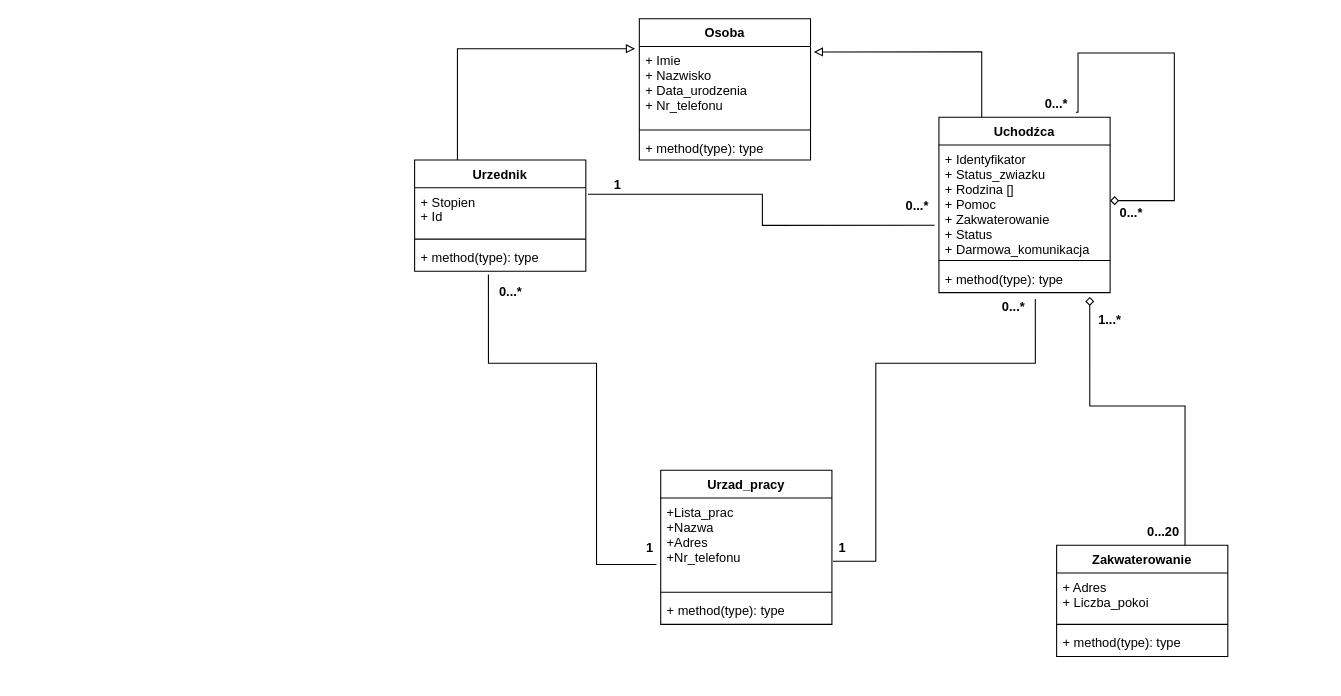
This is diagramy klas/diagram klas.drawio from TheRipSon/inzyneria-oprogramowania, a draw.io file, before an edit. Source tidied: cells renumbered, new cells numbered last; positions are measured from the earlier drawing's top-left corner, leaving out a move shared by most shapes. Both pictures are drawn from the tidied source at 107%, with x=0, y=0 at pixel (414, 18).
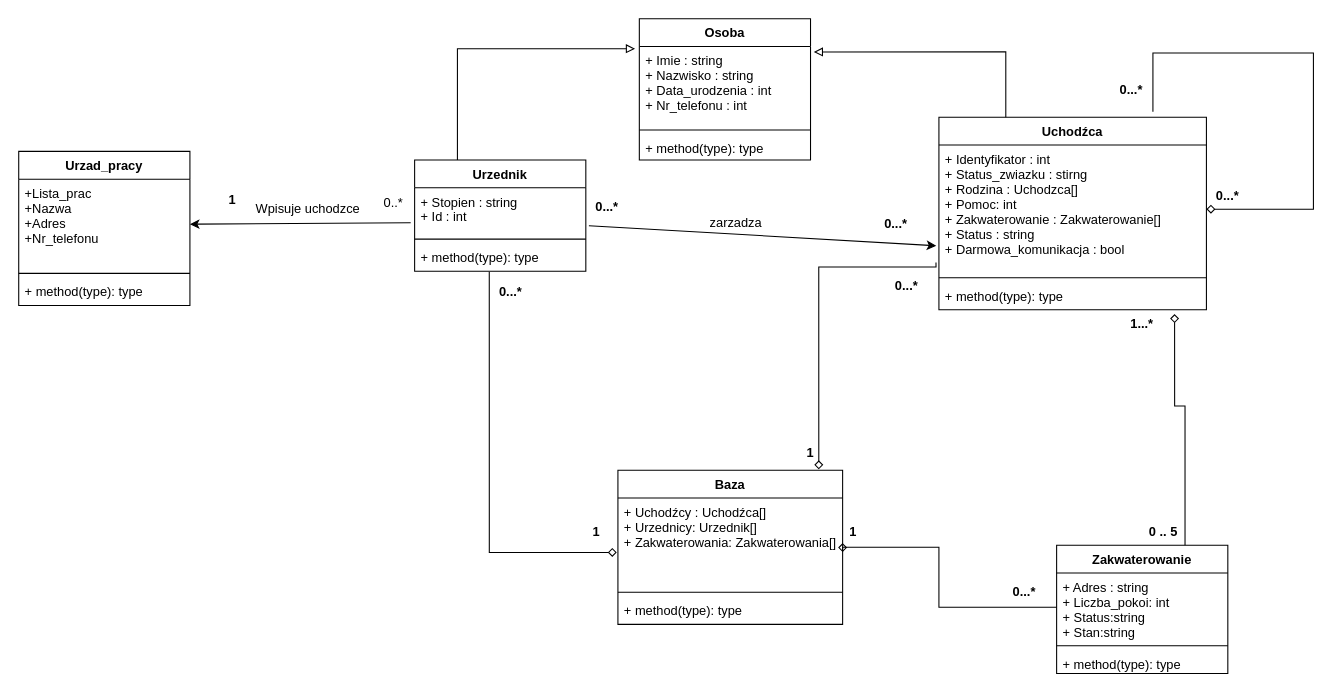
After the change.

Unchanged cells that the change refers to:
```xml
<mxCell id="2" value="Osoba" style="swimlane;fontStyle=1;align=center;verticalAlign=top;horizontal=1;startSize=26;" parent="1" vertex="1">
  <mxGeometry x="210" width="160" height="132" as="geometry" />
</mxCell>
<mxCell id="15" value="Urzednik" style="swimlane;fontStyle=1;align=center;verticalAlign=top;horizontal=1;startSize=26;" parent="1" vertex="1">
  <mxGeometry y="132" width="160" height="104" as="geometry" />
</mxCell>
<mxCell id="18" value="+ method(type): type" style="text;strokeColor=none;fillColor=none;align=left;verticalAlign=top;spacingLeft=4;spacingRight=4;overflow=hidden;points=[[0,0.5],[1,0.5]];portConstraint=eastwest;" parent="15" vertex="1">
  <mxGeometry y="78" width="160" height="26" as="geometry" />
</mxCell>
```

What changed in the source:
```diff
@@
-    <mxCell id="3" value="+ Imie&#10;+ Nazwisko&#10;+ Data_urodzenia&#10;+ Nr_telefonu" style="text;strokeColor=none;fillColor=none;align=left;verticalAlign=top;spacingLeft=4;spacingRight=4;overflow=hidden;points=[[0,0.5],[1,0.5]];portConstraint=eastwest;" parent="2" vertex="1">
+    <mxCell id="3" value="+ Imie : string&#10;+ Nazwisko : string&#10;+ Data_urodzenia : int&#10;+ Nr_telefonu : int" style="text;strokeColor=none;fillColor=none;align=left;verticalAlign=top;spacingLeft=4;spacingRight=4;overflow=hidden;points=[[0,0.5],[1,0.5]];portConstraint=eastwest;" parent="2" vertex="1">
       <mxGeometry y="26" width="160" height="74" as="geometry" />
     </mxCell>
@@
     <mxCell id="6" value="Uchodźca" style="swimlane;fontStyle=1;align=center;verticalAlign=top;horizontal=1;startSize=26;" parent="1" vertex="1">
-      <mxGeometry x="490" y="92" width="160" height="164" as="geometry" />
+      <mxGeometry x="490" y="92" width="250" height="180" as="geometry" />
     </mxCell>
-    <mxCell id="7" value="+ Identyfikator&#10;+ Status_zwiazku&#10;+ Rodzina [] &#10;+ Pomoc&#10;+ Zakwaterowanie&#10;+ Status&#10;+ Darmowa_komunikacja" style="text;strokeColor=none;fillColor=none;align=left;verticalAlign=top;spacingLeft=4;spacingRight=4;overflow=hidden;points=[[0,0.5],[1,0.5]];portConstraint=eastwest;" parent="6" vertex="1">
-      <mxGeometry y="26" width="160" height="104" as="geometry" />
+    <mxCell id="7" value="+ Identyfikator : int&#10;+ Status_zwiazku : stirng&#10;+ Rodzina : Uchodzca[]&#10;+ Pomoc: int&#10;+ Zakwaterowanie : Zakwaterowanie[]&#10;+ Status : string&#10;+ Darmowa_komunikacja : bool" style="text;strokeColor=none;fillColor=none;align=left;verticalAlign=top;spacingLeft=4;spacingRight=4;overflow=hidden;points=[[0,0.5],[1,0.5]];portConstraint=eastwest;" parent="6" vertex="1">
+      <mxGeometry y="26" width="250" height="120" as="geometry" />
     </mxCell>
     <mxCell id="8" style="line;strokeWidth=1;fillColor=none;align=left;verticalAlign=middle;spacingTop=-1;spacingLeft=3;spacingRight=3;labelPosition=right;" parent="6" vertex="1">
-      <mxGeometry y="130" width="160" height="8" as="geometry" />
+      <mxGeometry y="146" width="250" height="8" as="geometry" />
     </mxCell>
     <mxCell id="9" value="+ method(type): type" style="text;strokeColor=none;fillColor=none;align=left;verticalAlign=top;spacingLeft=4;spacingRight=4;overflow=hidden;points=[[0,0.5],[1,0.5]];portConstraint=eastwest;" parent="6" vertex="1">
-      <mxGeometry y="138" width="160" height="26" as="geometry" />
+      <mxGeometry y="154" width="250" height="26" as="geometry" />
     </mxCell>
     <mxCell id="10" style="edgeStyle=orthogonalEdgeStyle;rounded=0;jettySize=auto;html=1;entryX=0.8;entryY=-0.028;entryDx=0;entryDy=0;exitX=1;exitY=0.5;exitDx=0;exitDy=0;endArrow=none;endFill=0;startArrow=diamond;startFill=0;entryPerimeter=0;" parent="6" edge="1" source="7" target="6">
       <mxGeometry relative="1" as="geometry">
         <Array as="points">
-          <mxPoint x="220" y="78" />
-          <mxPoint x="220" y="-60" />
-          <mxPoint x="130" y="-60" />
-          <mxPoint x="130" y="-5" />
+          <mxPoint x="350" y="86" />
+          <mxPoint x="350" y="-60" />
+          <mxPoint x="200" y="-60" />
         </Array>
       </mxGeometry>
     </mxCell>
     <mxCell id="11" value="Zakwaterowanie" style="swimlane;fontStyle=1;align=center;verticalAlign=top;horizontal=1;startSize=26;" parent="1" vertex="1">
-      <mxGeometry x="600" y="492" width="160" height="104" as="geometry" />
+      <mxGeometry x="600" y="492" width="160" height="120" as="geometry" />
     </mxCell>
-    <mxCell id="12" value="+ Adres&#10;+ Liczba_pokoi&#10;" style="text;strokeColor=none;fillColor=none;align=left;verticalAlign=top;spacingLeft=4;spacingRight=4;overflow=hidden;points=[[0,0.5],[1,0.5]];portConstraint=eastwest;" parent="11" vertex="1">
-      <mxGeometry y="26" width="160" height="44" as="geometry" />
+    <mxCell id="12" value="+ Adres : string&#10;+ Liczba_pokoi: int&#10;+ Status:string&#10;+ Stan:string" style="text;strokeColor=none;fillColor=none;align=left;verticalAlign=top;spacingLeft=4;spacingRight=4;overflow=hidden;points=[[0,0.5],[1,0.5]];portConstraint=eastwest;" parent="11" vertex="1">
+      <mxGeometry y="26" width="160" height="64" as="geometry" />
     </mxCell>
     <mxCell id="13" style="line;strokeWidth=1;fillColor=none;align=left;verticalAlign=middle;spacingTop=-1;spacingLeft=3;spacingRight=3;labelPosition=right;" parent="11" vertex="1">
-      <mxGeometry y="70" width="160" height="8" as="geometry" />
+      <mxGeometry y="90" width="160" height="8" as="geometry" />
     </mxCell>
     <mxCell id="14" value="+ method(type): type" style="text;strokeColor=none;fillColor=none;align=left;verticalAlign=top;spacingLeft=4;spacingRight=4;overflow=hidden;" parent="11" vertex="1">
-      <mxGeometry y="78" width="160" height="26" as="geometry" />
+      <mxGeometry y="98" width="160" height="22" as="geometry" />
     </mxCell>
@@
-    <mxCell id="16" value="+ Stopien&#10;+ Id" style="text;strokeColor=none;fillColor=none;align=left;verticalAlign=top;spacingLeft=4;spacingRight=4;overflow=hidden;points=[[0,0.5],[1,0.5]];portConstraint=eastwest;" parent="15" vertex="1">
+    <mxCell id="16" value="+ Stopien : string&#10;+ Id : int" style="text;strokeColor=none;fillColor=none;align=left;verticalAlign=top;spacingLeft=4;spacingRight=4;overflow=hidden;points=[[0,0.5],[1,0.5]];portConstraint=eastwest;" parent="15" vertex="1">
       <mxGeometry y="26" width="160" height="44" as="geometry" />
     </mxCell>
@@
-    <mxCell id="19" value="Urzad_pracy" style="swimlane;fontStyle=1;align=center;verticalAlign=top;horizontal=1;startSize=26;" parent="1" vertex="1">
-      <mxGeometry x="230" y="422" width="160" height="144" as="geometry" />
+    <mxCell id="19" value="Baza" style="swimlane;fontStyle=1;align=center;verticalAlign=top;horizontal=1;startSize=26;" parent="1" vertex="1">
+      <mxGeometry x="190" y="422" width="210" height="144" as="geometry" />
     </mxCell>
-    <mxCell id="20" value="+Lista_prac&#10;+Nazwa&#10;+Adres&#10;+Nr_telefonu" style="text;strokeColor=none;fillColor=none;align=left;verticalAlign=top;spacingLeft=4;spacingRight=4;overflow=hidden;points=[[0,0.5],[1,0.5]];portConstraint=eastwest;" parent="19" vertex="1">
-      <mxGeometry y="26" width="160" height="84" as="geometry" />
+    <mxCell id="20" value="+ Uchodźcy : Uchodźca[]&#10;+ Urzednicy: Urzednik[]&#10;+ Zakwaterowania: Zakwaterowania[]" style="text;strokeColor=none;fillColor=none;align=left;verticalAlign=top;spacingLeft=4;spacingRight=4;overflow=hidden;points=[[0,0.5],[1,0.5]];portConstraint=eastwest;" parent="19" vertex="1">
+      <mxGeometry y="26" width="210" height="84" as="geometry" />
     </mxCell>
     <mxCell id="21" style="line;strokeWidth=1;fillColor=none;align=left;verticalAlign=middle;spacingTop=-1;spacingLeft=3;spacingRight=3;labelPosition=right;" parent="19" vertex="1">
-      <mxGeometry y="110" width="160" height="8" as="geometry" />
+      <mxGeometry y="110" width="210" height="8" as="geometry" />
     </mxCell>
     <mxCell id="22" value="+ method(type): type" style="text;strokeColor=none;fillColor=none;align=left;verticalAlign=top;spacingLeft=4;spacingRight=4;overflow=hidden;" parent="19" vertex="1">
-      <mxGeometry y="118" width="160" height="26" as="geometry" />
+      <mxGeometry y="118" width="210" height="26" as="geometry" />
     </mxCell>
@@
-    <mxCell id="25" style="edgeStyle=orthogonalEdgeStyle;rounded=0;jettySize=auto;html=1;entryX=0.431;entryY=1.115;entryDx=0;entryDy=0;exitX=-0.025;exitY=0.738;exitDx=0;exitDy=0;endArrow=none;endFill=0;exitPerimeter=0;startArrow=none;startFill=0;entryPerimeter=0;" parent="1" edge="1" source="20" target="18">
-      <mxGeometry relative="1" as="geometry">
-        <Array as="points">
-          <mxPoint x="170" y="510" />
-          <mxPoint x="170" y="322" />
-          <mxPoint x="69" y="322" />
-        </Array>
-      </mxGeometry>
-    </mxCell>
@@
     <mxCell id="27" value="1" style="text;align=center;fontStyle=1;verticalAlign=middle;spacingLeft=3;spacingRight=3;strokeColor=none;" parent="1" vertex="1">
-      <mxGeometry x="180" y="481" width="80" height="26" as="geometry" />
+      <mxGeometry x="330" y="392" width="80" height="26" as="geometry" />
     </mxCell>
-    <mxCell id="28" style="edgeStyle=orthogonalEdgeStyle;rounded=0;jettySize=auto;html=1;entryX=1.013;entryY=0.136;entryDx=0;entryDy=0;exitX=-0.025;exitY=0.722;exitDx=0;exitDy=0;endArrow=none;endFill=0;exitPerimeter=0;startArrow=none;startFill=0;entryPerimeter=0;" parent="1" edge="1" source="7" target="16">
-      <mxGeometry relative="1" as="geometry" />
-    </mxCell>
-    <mxCell id="29" style="edgeStyle=orthogonalEdgeStyle;rounded=0;jettySize=auto;html=1;entryX=1.006;entryY=0.702;entryDx=0;entryDy=0;exitX=0.563;exitY=1.231;exitDx=0;exitDy=0;endArrow=none;endFill=0;exitPerimeter=0;startArrow=none;startFill=0;entryPerimeter=0;" parent="1" edge="1" source="9" target="20">
-      <mxGeometry relative="1" as="geometry">
-        <Array as="points">
-          <mxPoint x="580" y="322" />
-          <mxPoint x="431" y="322" />
-        </Array>
-      </mxGeometry>
-    </mxCell>
-    <mxCell id="30" value="0...*" style="text;align=center;fontStyle=1;verticalAlign=middle;spacingLeft=3;spacingRight=3;strokeColor=none;" parent="1" vertex="1">
-      <mxGeometry x="520" y="256" width="80" height="26" as="geometry" />
-    </mxCell>
     <mxCell id="31" value="1" style="text;align=center;fontStyle=1;verticalAlign=middle;spacingLeft=3;spacingRight=3;strokeColor=none;" parent="1" vertex="1">
-      <mxGeometry x="360" y="481" width="80" height="26" as="geometry" />
+      <mxGeometry x="370" y="466" width="80" height="26" as="geometry" />
     </mxCell>
     <mxCell id="32" style="edgeStyle=orthogonalEdgeStyle;rounded=0;jettySize=auto;html=1;entryX=0.75;entryY=0;entryDx=0;entryDy=0;exitX=0.881;exitY=1.154;exitDx=0;exitDy=0;endArrow=none;endFill=0;exitPerimeter=0;startArrow=diamond;startFill=0;" parent="1" edge="1" source="9" target="11">
       <mxGeometry relative="1" as="geometry">
         <Array as="points">
-          <mxPoint x="631" y="362" />
+          <mxPoint x="710" y="362" />
           <mxPoint x="720" y="362" />
         </Array>
       </mxGeometry>
     </mxCell>
     <mxCell id="33" value="0...*" style="text;align=center;fontStyle=1;verticalAlign=middle;spacingLeft=3;spacingRight=3;strokeColor=none;" parent="1" vertex="1">
-      <mxGeometry x="430" y="161" width="80" height="26" as="geometry" />
+      <mxGeometry x="410" y="178" width="80" height="26" as="geometry" />
     </mxCell>
-    <mxCell id="34" value="1" style="text;align=center;fontStyle=1;verticalAlign=middle;spacingLeft=3;spacingRight=3;strokeColor=none;" parent="1" vertex="1">
-      <mxGeometry x="150" y="142" width="80" height="26" as="geometry" />
+    <mxCell id="34" value="0...*" style="text;align=center;fontStyle=1;verticalAlign=middle;spacingLeft=3;spacingRight=3;strokeColor=none;" parent="1" vertex="1">
+      <mxGeometry x="140" y="162" width="80" height="26" as="geometry" />
     </mxCell>
-    <mxCell id="35" value="0...20" style="text;align=center;fontStyle=1;verticalAlign=middle;spacingLeft=3;spacingRight=3;strokeColor=none;" parent="1" vertex="1">
+    <mxCell id="35" value="0 .. 5" style="text;align=center;fontStyle=1;verticalAlign=middle;spacingLeft=3;spacingRight=3;strokeColor=none;" parent="1" vertex="1">
       <mxGeometry x="660" y="466" width="80" height="26" as="geometry" />
     </mxCell>
     <mxCell id="36" value="1...*" style="text;align=center;fontStyle=1;verticalAlign=middle;spacingLeft=3;spacingRight=3;strokeColor=none;" parent="1" vertex="1">
-      <mxGeometry x="610" y="268" width="80" height="26" as="geometry" />
+      <mxGeometry x="640" y="272" width="80" height="26" as="geometry" />
     </mxCell>
     <mxCell id="37" value="0...*" style="text;align=center;fontStyle=1;verticalAlign=middle;spacingLeft=3;spacingRight=3;strokeColor=none;" parent="1" vertex="1">
-      <mxGeometry x="560" y="66" width="80" height="26" as="geometry" />
+      <mxGeometry x="630" y="53" width="80" height="26" as="geometry" />
     </mxCell>
     <mxCell id="38" value="0...*" style="text;align=center;fontStyle=1;verticalAlign=middle;spacingLeft=3;spacingRight=3;strokeColor=none;" parent="1" vertex="1">
-      <mxGeometry x="630" y="168" width="80" height="26" as="geometry" />
+      <mxGeometry x="720" y="152" width="80" height="26" as="geometry" />
     </mxCell>
+    <mxCell id="39" style="edgeStyle=orthogonalEdgeStyle;rounded=0;jettySize=auto;html=1;entryX=0;entryY=0.5;entryDx=0;entryDy=0;endArrow=none;endFill=0;startArrow=diamond;startFill=0;exitX=1;exitY=0.5;exitDx=0;exitDy=0;" parent="1" edge="1" source="20" target="12">
+      <mxGeometry relative="1" as="geometry">
+        <Array as="points">
+          <mxPoint x="400" y="494" />
+          <mxPoint x="490" y="494" />
+          <mxPoint x="490" y="550" />
+        </Array>
+      </mxGeometry>
+    </mxCell>
+    <mxCell id="40" style="edgeStyle=orthogonalEdgeStyle;rounded=0;jettySize=auto;html=1;entryX=-0.011;entryY=0.916;entryDx=0;entryDy=0;exitX=0.894;exitY=-0.006;exitDx=0;exitDy=0;endArrow=none;endFill=0;exitPerimeter=0;startArrow=diamond;startFill=0;entryPerimeter=0;" parent="1" edge="1" source="19" target="7">
+      <mxGeometry relative="1" as="geometry">
+        <Array as="points">
+          <mxPoint x="378" y="232" />
+          <mxPoint x="487" y="232" />
+        </Array>
+      </mxGeometry>
+    </mxCell>
+    <mxCell id="41" value="1" style="text;align=center;fontStyle=1;verticalAlign=middle;spacingLeft=3;spacingRight=3;strokeColor=none;" parent="1" vertex="1">
+      <mxGeometry x="-210" y="156" width="80" height="26" as="geometry" />
+    </mxCell>
+    <mxCell id="25" style="edgeStyle=orthogonalEdgeStyle;rounded=0;jettySize=auto;html=1;entryX=0.436;entryY=1.015;entryDx=0;entryDy=0;exitX=-0.005;exitY=0.605;exitDx=0;exitDy=0;endArrow=none;endFill=0;exitPerimeter=0;startArrow=diamond;startFill=0;entryPerimeter=0;" parent="1" edge="1" source="20" target="18">
+      <mxGeometry relative="1" as="geometry">
+        <Array as="points">
+          <mxPoint x="70" y="499" />
+        </Array>
+      </mxGeometry>
+    </mxCell>
+    <mxCell id="42" value="0...*" style="text;align=center;fontStyle=1;verticalAlign=middle;spacingLeft=3;spacingRight=3;strokeColor=none;" parent="1" vertex="1">
+      <mxGeometry x="420" y="236" width="80" height="26" as="geometry" />
+    </mxCell>
+    <mxCell id="43" value="0...*" style="text;align=center;fontStyle=1;verticalAlign=middle;spacingLeft=3;spacingRight=3;strokeColor=none;" parent="1" vertex="1">
+      <mxGeometry x="530" y="522" width="80" height="26" as="geometry" />
+    </mxCell>
+    <mxCell id="44" value="Urzad_pracy" style="swimlane;fontStyle=1;align=center;verticalAlign=top;horizontal=1;startSize=26;" parent="1" vertex="1">
+      <mxGeometry x="-370" y="124" width="160" height="144" as="geometry" />
+    </mxCell>
+    <mxCell id="45" value="+Lista_prac&#10;+Nazwa&#10;+Adres&#10;+Nr_telefonu" style="text;strokeColor=none;fillColor=none;align=left;verticalAlign=top;spacingLeft=4;spacingRight=4;overflow=hidden;points=[[0,0.5],[1,0.5]];portConstraint=eastwest;" parent="44" vertex="1">
+      <mxGeometry y="26" width="160" height="84" as="geometry" />
+    </mxCell>
+    <mxCell id="46" style="line;strokeWidth=1;fillColor=none;align=left;verticalAlign=middle;spacingTop=-1;spacingLeft=3;spacingRight=3;labelPosition=right;" parent="44" vertex="1">
+      <mxGeometry y="110" width="160" height="8" as="geometry" />
+    </mxCell>
+    <mxCell id="47" value="+ method(type): type" style="text;strokeColor=none;fillColor=none;align=left;verticalAlign=top;spacingLeft=4;spacingRight=4;overflow=hidden;" parent="44" vertex="1">
+      <mxGeometry y="118" width="160" height="26" as="geometry" />
+    </mxCell>
+    <mxCell id="48" value="0..*" style="text;html=1;align=center;verticalAlign=middle;strokeColor=none;fillColor=none;" parent="1" vertex="1">
+      <mxGeometry x="-35" y="162" width="30" height="20" as="geometry" />
+    </mxCell>
+    <mxCell id="49" value="1" style="text;align=center;fontStyle=1;verticalAlign=middle;spacingLeft=3;spacingRight=3;strokeColor=none;" parent="1" vertex="1">
+      <mxGeometry x="130" y="466" width="80" height="26" as="geometry" />
+    </mxCell>
+    <mxCell id="50" style="endArrow=classic;html=1;rounded=0;exitX=-0.023;exitY=0.741;exitDx=0;exitDy=0;exitPerimeter=0;entryX=1;entryY=0.5;entryDx=0;entryDy=0;" parent="1" edge="1" source="16" target="45">
+      <mxGeometry relative="1" as="geometry" />
+    </mxCell>
+    <mxCell id="51" value="Wpisuje uchodzce" style="text;html=1;align=center;verticalAlign=middle;strokeColor=none;fillColor=none;" parent="1" vertex="1">
+      <mxGeometry x="-155" y="168" width="110" height="20" as="geometry" />
+    </mxCell>
+    <mxCell id="52" style="endArrow=classic;html=1;rounded=0;exitX=1.018;exitY=0.805;exitDx=0;exitDy=0;exitPerimeter=0;entryX=-0.01;entryY=0.785;entryDx=0;entryDy=0;entryPerimeter=0;" parent="1" edge="1" source="16" target="7">
+      <mxGeometry relative="1" as="geometry" />
+    </mxCell>
+    <mxCell id="53" value="zarzadza" style="text;html=1;align=center;verticalAlign=middle;strokeColor=none;fillColor=none;" parent="1" vertex="1">
+      <mxGeometry x="270" y="181" width="60" height="20" as="geometry" />
+    </mxCell>
```
